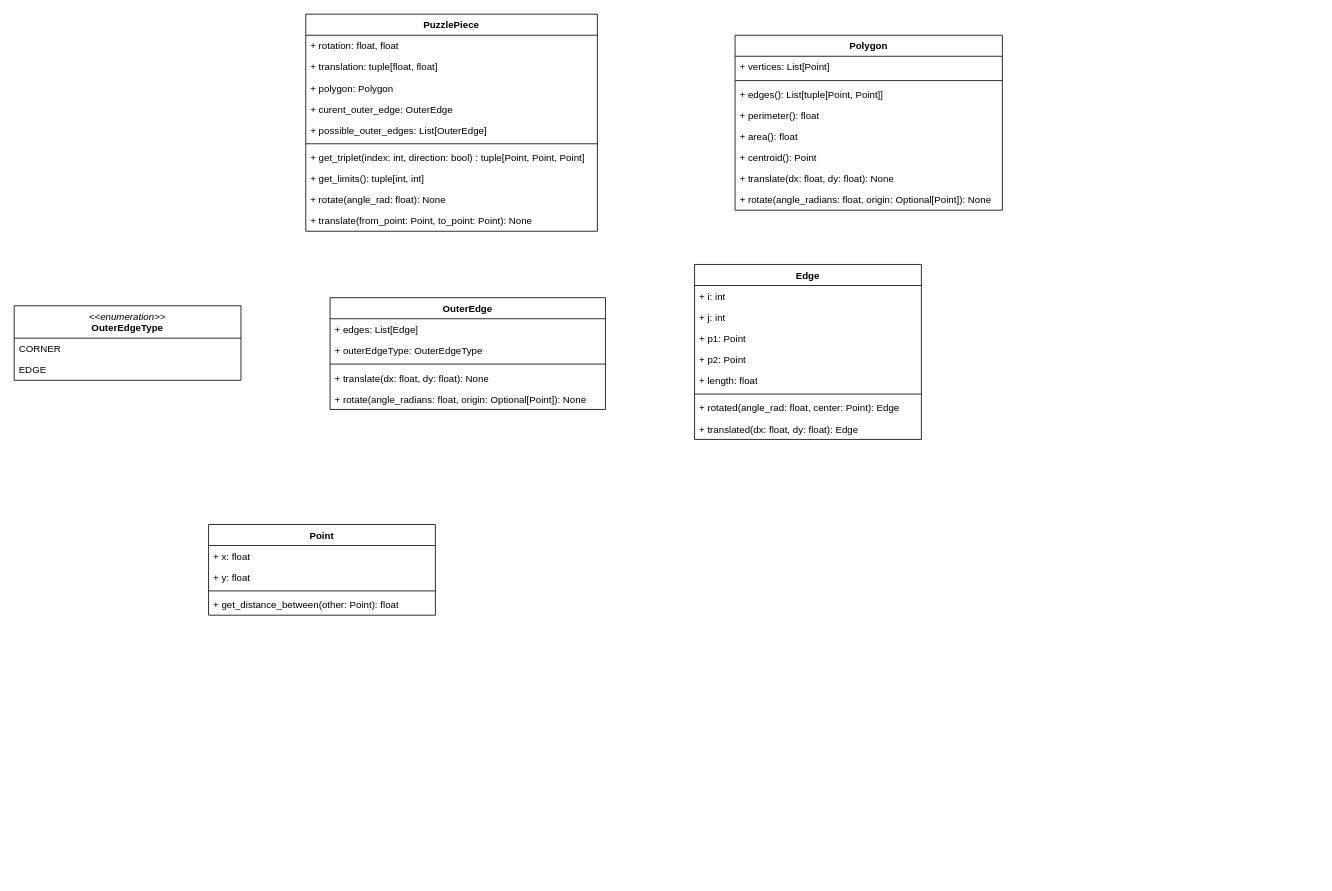
Earlier version of the draw.io diagram diagrams/PuzzlePieceClassDiagram.drawio (pren-puzzle-robot/simulator). Source tidied: cells renumbered, new cells numbered last; positions are measured from the earlier drawing's top-left corner, leaving out a move shared by most shapes. Both pictures are drawn from the tidied source at 81%, with x=0, y=0 at pixel (14, 14).
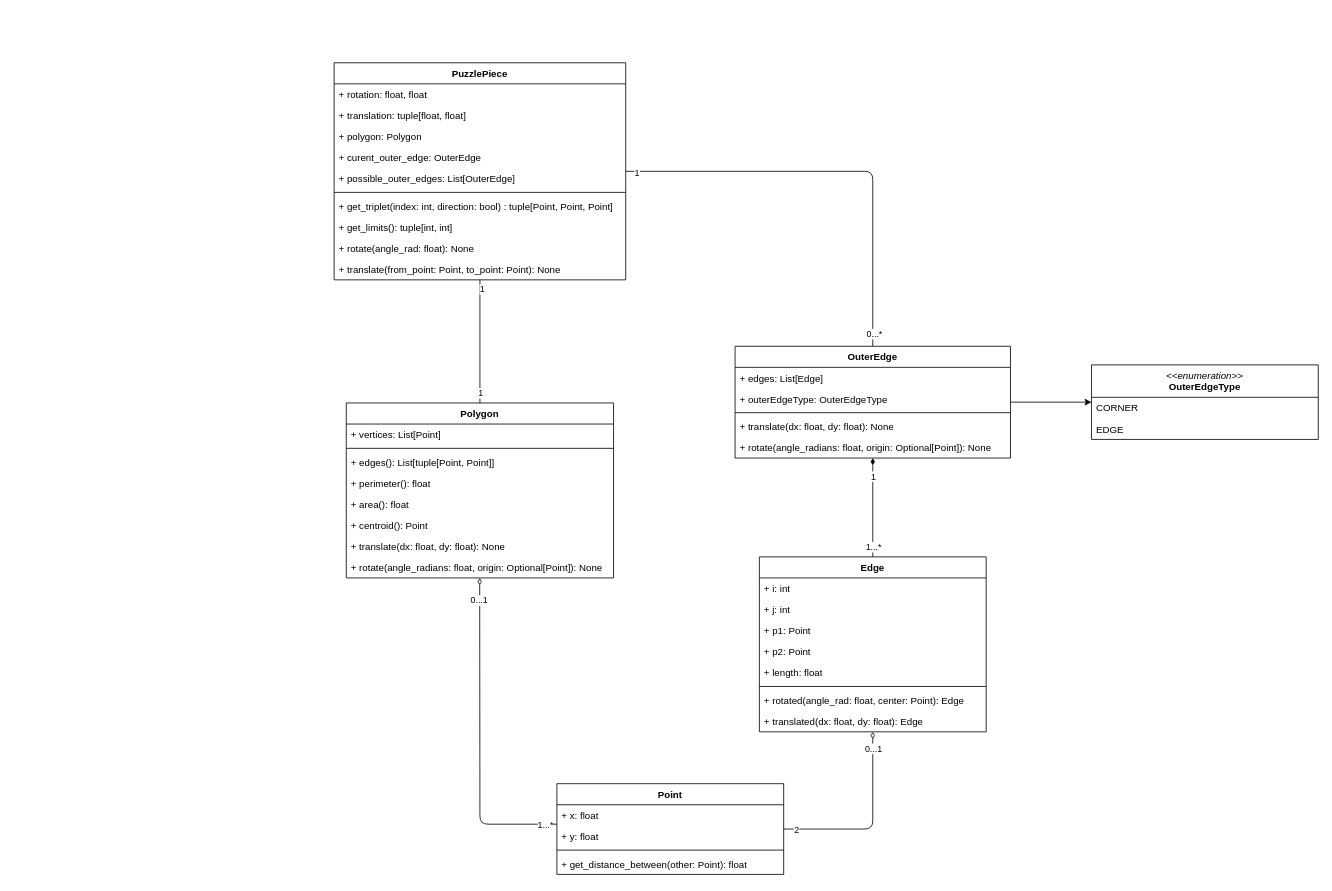
The same page after the edit.

Commit message:
Klassendiagramm aktualisiert

Diff of the diagram source:
```diff
@@
+    <mxCell id="45" style="edgeStyle=none;html=1;endArrow=none;endFill=0;" parent="1" edge="1" source="2" target="36">
+      <mxGeometry relative="1" as="geometry">
+        <Array as="points">
+          <mxPoint x="1060" y="194" />
+        </Array>
+      </mxGeometry>
+    </mxCell>
+    <mxCell id="46" value="1" style="edgeLabel;html=1;align=center;verticalAlign=middle;" parent="45" vertex="1">
+      <mxGeometry x="-0.95" y="-1" relative="1" as="geometry" />
+    </mxCell>
+    <mxCell id="47" value="0...*" style="edgeLabel;html=1;align=center;verticalAlign=middle;" parent="45" vertex="1">
+      <mxGeometry x="0.94" y="1" relative="1" as="geometry" />
+    </mxCell>
+    <mxCell id="48" style="edgeStyle=none;html=1;endArrow=none;endFill=0;" parent="1" edge="1" source="2" target="18">
+      <mxGeometry relative="1" as="geometry" />
+    </mxCell>
+    <mxCell id="49" value="1" style="edgeLabel;html=1;align=center;verticalAlign=middle;" parent="48" vertex="1">
+      <mxGeometry x="-0.86" y="2" relative="1" as="geometry" />
+    </mxCell>
+    <mxCell id="50" value="1" style="edgeLabel;html=1;align=center;verticalAlign=middle;" parent="48" vertex="1">
+      <mxGeometry x="0.83" relative="1" as="geometry" />
+    </mxCell>
     <mxCell id="2" value="PuzzlePiece" style="swimlane;fontStyle=1;align=center;verticalAlign=top;horizontal=1;startSize=26;rounded=0;shadow=0;strokeWidth=1;" parent="1" vertex="1">
-      <mxGeometry x="360" width="360" height="268" as="geometry" />
+      <mxGeometry x="395" y="60" width="360" height="268" as="geometry" />
     </mxCell>
@@
     <mxCell id="13" value="Point" style="swimlane;fontStyle=1;align=center;verticalAlign=top;horizontal=1;startSize=26;whiteSpace=wrap;html=1;" parent="1" vertex="1">
-      <mxGeometry x="240" y="630" width="280" height="112" as="geometry" />
+      <mxGeometry x="670" y="950" width="280" height="112" as="geometry" />
     </mxCell>
@@
+    <mxCell id="51" style="edgeStyle=none;html=1;endArrow=none;endFill=0;startArrow=diamondThin;startFill=0;" parent="1" edge="1">
+      <mxGeometry relative="1" as="geometry">
+        <mxPoint x="574.7" y="696" as="sourcePoint" />
+        <mxPoint x="670" y="1000" as="targetPoint" />
+        <Array as="points">
+          <mxPoint x="575" y="1000" />
+        </Array>
+      </mxGeometry>
+    </mxCell>
+    <mxCell id="52" value="0...1" style="edgeLabel;html=1;align=center;verticalAlign=middle;" parent="51" vertex="1">
+      <mxGeometry x="-0.86" relative="1" as="geometry">
+        <mxPoint x="-1" as="offset" />
+      </mxGeometry>
+    </mxCell>
+    <mxCell id="53" value="1...*" style="edgeLabel;html=1;align=center;verticalAlign=middle;" parent="51" vertex="1">
+      <mxGeometry x="0.93" relative="1" as="geometry" />
+    </mxCell>
     <mxCell id="18" value="Polygon" style="swimlane;fontStyle=1;align=center;verticalAlign=top;horizontal=1;startSize=26;whiteSpace=wrap;html=1;" parent="1" vertex="1">
-      <mxGeometry x="890" y="26" width="330" height="216" as="geometry" />
+      <mxGeometry x="410" y="480" width="330" height="216" as="geometry" />
     </mxCell>
@@
+    <mxCell id="54" style="edgeStyle=none;html=1;endArrow=none;endFill=0;startArrow=diamondThin;startFill=0;" parent="1" edge="1" source="27" target="13">
+      <mxGeometry relative="1" as="geometry">
+        <Array as="points">
+          <mxPoint x="1060" y="1006" />
+        </Array>
+      </mxGeometry>
+    </mxCell>
+    <mxCell id="55" value="2" style="edgeLabel;html=1;align=center;verticalAlign=middle;" parent="54" vertex="1">
+      <mxGeometry x="0.87" y="1" relative="1" as="geometry" />
+    </mxCell>
+    <mxCell id="56" value="0...1" style="edgeLabel;html=1;align=center;verticalAlign=middle;" parent="54" vertex="1">
+      <mxGeometry x="-0.83" y="1" relative="1" as="geometry">
+        <mxPoint x="-1" as="offset" />
+      </mxGeometry>
+    </mxCell>
     <mxCell id="27" value="Edge" style="swimlane;fontStyle=1;align=center;verticalAlign=top;horizontal=1;startSize=26;whiteSpace=wrap;html=1;" parent="1" vertex="1">
-      <mxGeometry x="840" y="309" width="280" height="216" as="geometry" />
+      <mxGeometry x="920" y="670" width="280" height="216" as="geometry" />
     </mxCell>
@@
+    <mxCell id="57" style="edgeStyle=none;html=1;entryX=0.5;entryY=0;entryDx=0;entryDy=0;endArrow=none;endFill=0;startArrow=diamondThin;startFill=1;" parent="1" edge="1" source="36" target="27">
+      <mxGeometry relative="1" as="geometry" />
+    </mxCell>
+    <mxCell id="58" value="1" style="edgeLabel;html=1;align=center;verticalAlign=middle;" parent="57" vertex="1">
+      <mxGeometry x="-0.87" relative="1" as="geometry">
+        <mxPoint y="14" as="offset" />
+      </mxGeometry>
+    </mxCell>
+    <mxCell id="59" value="1...*" style="edgeLabel;html=1;align=center;verticalAlign=middle;" parent="57" vertex="1">
+      <mxGeometry x="0.79" relative="1" as="geometry" />
+    </mxCell>
+    <mxCell id="60" style="edgeStyle=none;html=1;" parent="1" edge="1" source="36" target="42">
+      <mxGeometry relative="1" as="geometry" />
+    </mxCell>
     <mxCell id="36" value="OuterEdge" style="swimlane;fontStyle=1;align=center;verticalAlign=top;horizontal=1;startSize=26;whiteSpace=wrap;html=1;" parent="1" vertex="1">
-      <mxGeometry x="390" y="350" width="340" height="138" as="geometry" />
+      <mxGeometry x="890" y="410" width="340" height="138" as="geometry" />
     </mxCell>
@@
     <mxCell id="42" value="&lt;span style=&quot;font-weight: normal;&quot;&gt;&lt;i&gt;&amp;lt;&amp;lt;enumeration&amp;gt;&amp;gt;&lt;/i&gt;&lt;/span&gt;&lt;br&gt;OuterEdgeType" style="swimlane;fontStyle=1;align=center;verticalAlign=top;horizontal=1;startSize=40;whiteSpace=wrap;html=1;" parent="1" vertex="1">
-      <mxGeometry y="360" width="280" height="92" as="geometry" />
+      <mxGeometry x="1330" y="433" width="280" height="92" as="geometry" />
     </mxCell>
```
